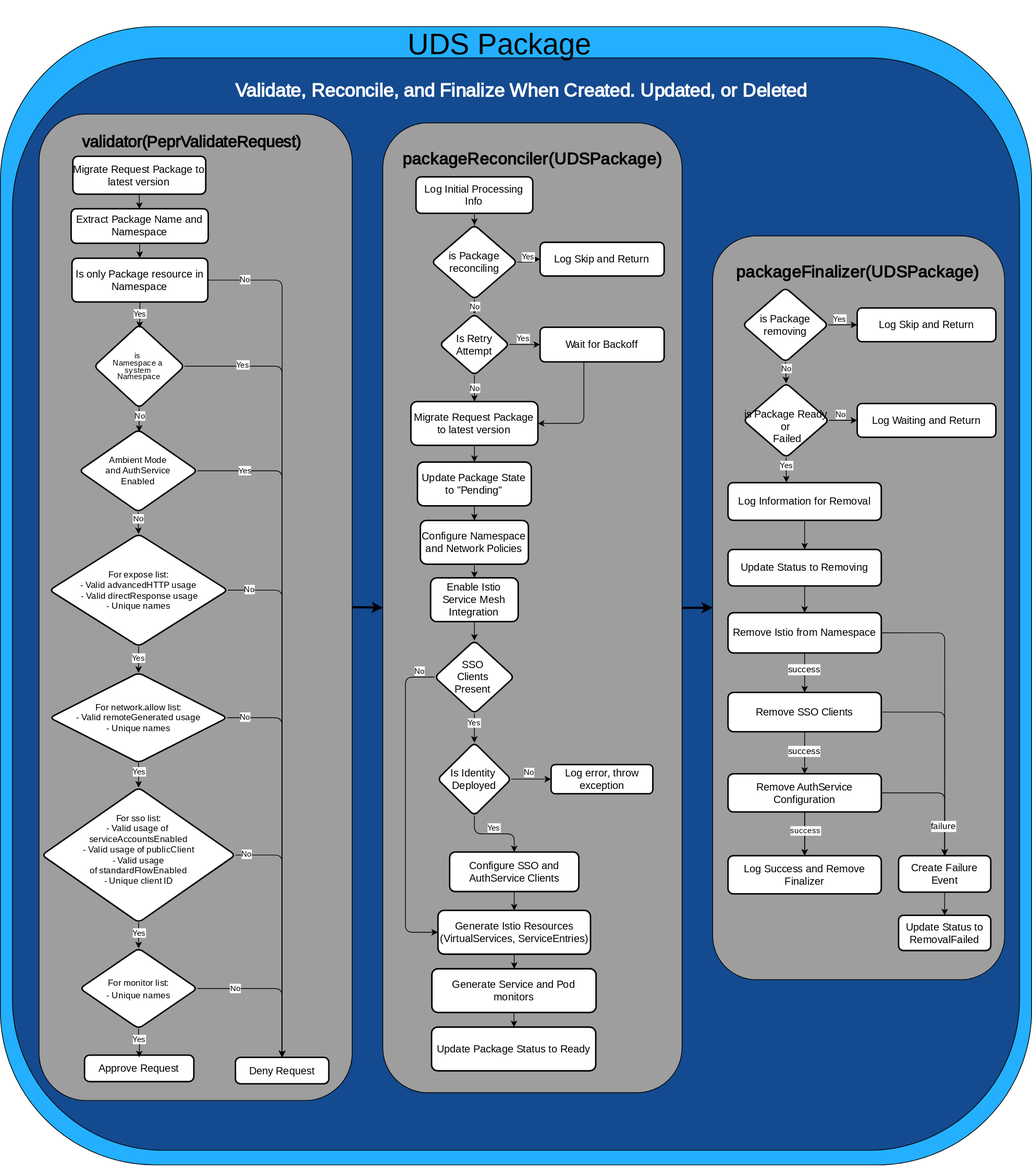
Above: docs/.images/diagrams/uds-core-operator-uds-package.svg in BagelLab/uds-core (draw.io), before the change. Source tidied: cells renumbered, new cells last; positions are measured from the earlier drawing's top-left corner, leaving out a move shared by most shapes.
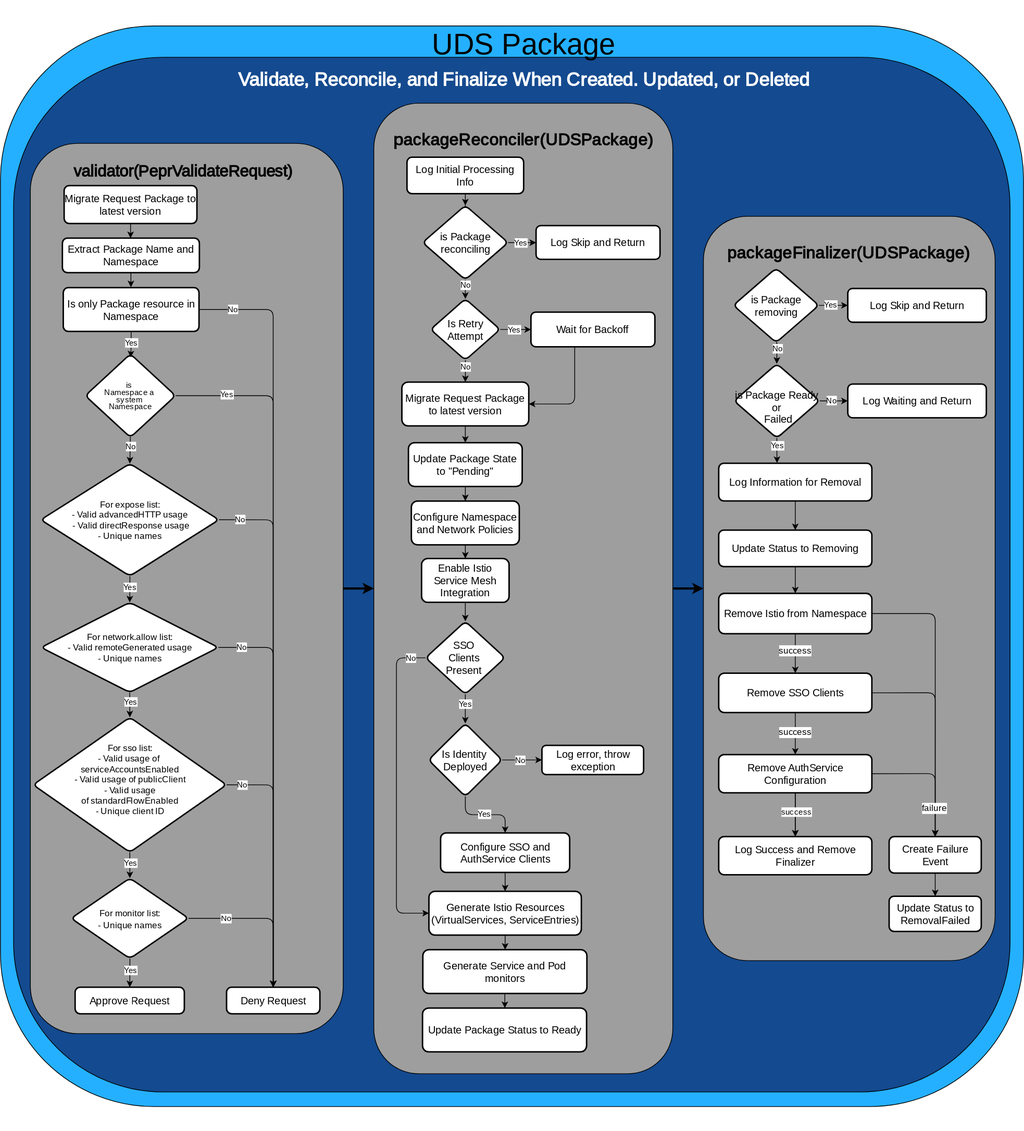
Later version of the same file.

Commit message:
docs: diagram updates for ambient mode, maintainability (#1852)

Change to the diagram source:
```diff
@@ -5,18 +5,18 @@
     <mxCell id="2" style="rounded=1;whiteSpace=wrap;html=1;fontSize=12;glass=0;strokeWidth=1;shadow=0;fillColor=light-dark(#24B0FF,#24B0FF);strokeColor=light-dark(#000000,#000000);fontFamily=Poppins;fontSource=https%3A%2F%2Ffonts.googleapis.com%2Fcss%3Ffamily%3DPoppins;" parent="1" vertex="1">
-      <mxGeometry width="1413" height="1561" as="geometry" />
+      <mxGeometry x="12" width="1403" height="1481" as="geometry" />
     </mxCell>
     <mxCell id="3" style="rounded=1;whiteSpace=wrap;html=1;fontSize=12;glass=0;strokeWidth=1;shadow=0;fillColor=light-dark(#144A8F,#144A8F);strokeColor=light-dark(#000000,#000000);fontFamily=Poppins;fontSource=https%3A%2F%2Ffonts.googleapis.com%2Fcss%3Ffamily%3DPoppins;" parent="1" vertex="1">
-      <mxGeometry x="16.5" y="43" width="1380" height="1498" as="geometry" />
+      <mxGeometry x="30" y="43" width="1366.5" height="1418" as="geometry" />
     </mxCell>
     <mxCell id="4" value="&lt;h1&gt;&lt;font style=&quot;font-size: 40px; font-weight: normal;&quot;&gt;UDS Package&lt;/font&gt;&lt;/h1&gt;" style="text;html=1;align=center;verticalAlign=middle;whiteSpace=wrap;rounded=0;fontColor=light-dark(#000000,#000000);fontFamily=Teko;fontSource=https%3A%2F%2Ffonts.googleapis.com%2Fcss%3Ffamily%3DTeko;fontSize=23;fontStyle=1;" parent="1" vertex="1">
-      <mxGeometry x="553.8" y="7" width="260.3" height="30" as="geometry" />
+      <mxGeometry x="598.8" y="8" width="260.3" height="30" as="geometry" />
     </mxCell>
     <mxCell id="5" value="&lt;b&gt;&lt;font style=&quot;font-size: 26px;&quot;&gt;Validate, Reconcile, and Finalize When Created. Updated, or Deleted&lt;/font&gt;&lt;/b&gt;" style="text;html=1;align=center;verticalAlign=middle;whiteSpace=wrap;rounded=0;fontColor=light-dark(#FFFFFF,#FFFFFF);fontFamily=Poppins;fontSource=https%3A%2F%2Ffonts.googleapis.com%2Fcss%3Ffamily%3DPoppins;" parent="1" vertex="1">
-      <mxGeometry x="249.7" y="73" width="926.6" height="30" as="geometry" />
+      <mxGeometry x="265.7" y="58" width="926.6" height="30" as="geometry" />
     </mxCell>
     <mxCell id="6" style="group;" parent="1" vertex="1">
-      <mxGeometry x="53" y="120" width="429" height="1352.6" as="geometry" />
+      <mxGeometry x="53" y="161" width="429" height="1352.6" as="geometry" />
     </mxCell>
     <mxCell id="7" style="rounded=1;whiteSpace=wrap;html=1;fontSize=12;glass=0;strokeWidth=1;shadow=0;fillColor=light-dark(#9E9E9E,#9E9E9E);strokeColor=light-dark(#000000,#000000);fontColor=light-dark(#000000,#000000);fontFamily=Poppins;fontSource=https%3A%2F%2Ffonts.googleapis.com%2Fcss%3Ffamily%3DPoppins;" parent="6" vertex="1">
-      <mxGeometry width="429" height="1352.6" as="geometry" />
+      <mxGeometry width="429" height="1220" as="geometry" />
     </mxCell>
@@ -44,6 +44,8 @@
     <mxCell id="15" value="&lt;font face=&quot;Poppins&quot;&gt;No&lt;/font&gt;" style="edgeLabel;html=1;align=center;verticalAlign=middle;fontColor=light-dark(#000000,#000000);labelBackgroundColor=light-dark(#FFFFFF,#FFFFFF);" parent="14" vertex="1">
-      <mxGeometry x="-0.91" y="1" relative="1" as="geometry" />
+      <mxGeometry x="-0.91" y="1" relative="1" as="geometry">
+        <mxPoint x="8" as="offset" />
+      </mxGeometry>
     </mxCell>
     <mxCell id="16" value="Approve Request" style="rounded=1;whiteSpace=wrap;html=1;absoluteArcSize=1;arcSize=14;strokeWidth=2;fontColor=light-dark(#000000,#000000);fillColor=light-dark(#FFFFFF,#FFFFFF);strokeColor=light-dark(#000000,#000000);fontSize=14;fontFamily=Poppins;fontSource=https%3A%2F%2Ffonts.googleapis.com%2Fcss%3Ffamily%3DPoppins;" parent="6" vertex="1">
-      <mxGeometry x="62.3" y="1290.4" width="149.8" height="36.4" as="geometry" />
+      <mxGeometry x="61.4" y="1156.4" width="149.8" height="36.4" as="geometry" />
     </mxCell>
@@ -58,3 +60,3 @@
     <mxCell id="19" value="&lt;div&gt;&lt;span style=&quot;background-color: transparent;&quot;&gt;For expose list:&lt;/span&gt;&lt;/div&gt;- Valid advancedHTTP usage&lt;div&gt;&amp;nbsp;-&amp;nbsp;&lt;span style=&quot;background-color: transparent;&quot;&gt;Valid &lt;/span&gt;&lt;span style=&quot;background-color: transparent;&quot;&gt;directResponse usage&lt;/span&gt;&lt;/div&gt;&lt;div&gt;&lt;div&gt;- Unique names&lt;/div&gt;&lt;/div&gt;" style="rhombus;whiteSpace=wrap;html=1;rounded=1;arcSize=14;strokeWidth=2;fontColor=light-dark(#000000,#000000);fillColor=light-dark(#FFFFFF,#FFFFFF);strokeColor=light-dark(#000000,#000000);fontSize=12;fontFamily=Poppins;fontSource=https%3A%2F%2Ffonts.googleapis.com%2Fcss%3Ffamily%3DPoppins;" parent="6" vertex="1">
-      <mxGeometry x="14.2" y="575.8" width="244.5" height="154.2" as="geometry" />
+      <mxGeometry x="14.2" y="438.8" width="244.5" height="154.2" as="geometry" />
     </mxCell>
@@ -75,6 +77,4 @@
     </mxCell>
-    <mxCell id="25" style="edgeStyle=orthogonalEdgeStyle;rounded=1;jettySize=auto;html=1;entryX=0.5;entryY=0;entryDx=0;entryDy=0;strokeColor=light-dark(#000000,#000000);fontColor=light-dark(#000000,#000000);labelBackgroundColor=light-dark(#FFFFFF,#FFFFFF);fontFamily=Poppins;fontSource=https%3A%2F%2Ffonts.googleapis.com%2Fcss%3Ffamily%3DPoppins;curved=0;" parent="6" edge="1" source="27">
-      <mxGeometry relative="1" as="geometry">
-        <mxPoint x="137.2" y="1293.4" as="targetPoint" />
-      </mxGeometry>
+    <mxCell id="25" style="edgeStyle=orthogonalEdgeStyle;rounded=1;jettySize=auto;html=1;strokeColor=light-dark(#000000,#000000);fontColor=light-dark(#000000,#000000);labelBackgroundColor=light-dark(#FFFFFF,#FFFFFF);fontFamily=Poppins;fontSource=https%3A%2F%2Ffonts.googleapis.com%2Fcss%3Ffamily%3DPoppins;curved=0;entryX=0.5;entryY=0;entryDx=0;entryDy=0;" parent="6" edge="1" source="27" target="16">
+      <mxGeometry relative="1" as="geometry" />
     </mxCell>
@@ -86,3 +86,3 @@
     <mxCell id="27" value="&lt;font style=&quot;font-size: 12px; font-weight: normal;&quot;&gt;For monitor list:&lt;/font&gt;&lt;div&gt;&lt;font style=&quot;font-size: 12px; font-weight: normal;&quot;&gt;- Unique names&lt;/font&gt;&lt;/div&gt;" style="rhombus;whiteSpace=wrap;html=1;rounded=1;arcSize=14;strokeWidth=2;fontStyle=1;fontColor=light-dark(#000000,#000000);fillColor=light-dark(#FFFFFF,#FFFFFF);strokeColor=light-dark(#000000,#000000);fontSize=14;fontFamily=Poppins;fontSource=https%3A%2F%2Ffonts.googleapis.com%2Fcss%3Ffamily%3DPoppins;" parent="6" vertex="1">
-      <mxGeometry x="55.9" y="1144" width="161.1" height="110.2" as="geometry" />
+      <mxGeometry x="55.9" y="1007" width="161.1" height="110.2" as="geometry" />
     </mxCell>
@@ -97,6 +97,6 @@
     <mxCell id="30" value="&lt;div&gt;&lt;span style=&quot;background-color: transparent;&quot;&gt;For network.allow list:&lt;/span&gt;&lt;/div&gt;&lt;div&gt;&lt;span style=&quot;background-color: transparent;&quot;&gt;- Valid remoteGenerated usage&lt;/span&gt;&lt;/div&gt;&lt;div&gt;- Unique names&lt;/div&gt;" style="rhombus;whiteSpace=wrap;html=1;rounded=1;arcSize=14;strokeWidth=2;fontColor=light-dark(#000000,#000000);fillColor=light-dark(#FFFFFF,#FFFFFF);strokeColor=light-dark(#000000,#000000);fontSize=12;fontFamily=Poppins;fontSource=https%3A%2F%2Ffonts.googleapis.com%2Fcss%3Ffamily%3DPoppins;" parent="6" vertex="1">
-      <mxGeometry x="14.7" y="766.1" width="243.2" height="123.3" as="geometry" />
+      <mxGeometry x="14.7" y="629.1" width="243.2" height="123.3" as="geometry" />
     </mxCell>
     <mxCell id="31" value="&lt;div style=&quot;&quot;&gt;&lt;font style=&quot;line-height: 80%;&quot;&gt;For sso list:&lt;/font&gt;&lt;/div&gt;&lt;div style=&quot;&quot;&gt;&lt;font style=&quot;background-color: transparent; line-height: 80%;&quot;&gt;- Valid usage of&amp;nbsp;&lt;/font&gt;&lt;/div&gt;&lt;div style=&quot;&quot;&gt;&lt;span style=&quot;background-color: transparent;&quot;&gt;serviceAccountsEnabled&lt;/span&gt;&lt;/div&gt;&lt;div style=&quot;&quot;&gt;&lt;span style=&quot;background-color: transparent;&quot;&gt;- Valid usage of publicClient&lt;/span&gt;&lt;/div&gt;&lt;div&gt;&lt;div style=&quot;&quot;&gt;&lt;span style=&quot;background-color: transparent;&quot;&gt;- Valid usage&lt;/span&gt;&lt;/div&gt;&lt;span style=&quot;background-color: transparent;&quot;&gt;&lt;div style=&quot;&quot;&gt;&lt;span style=&quot;background-color: transparent;&quot;&gt;of&lt;/span&gt;&lt;span style=&quot;background-color: transparent;&quot;&gt;&amp;nbsp;standardFlowEnabled&lt;/span&gt;&lt;/div&gt;&lt;/span&gt;&lt;/div&gt;&lt;div&gt;&lt;div style=&quot;&quot;&gt;&lt;font style=&quot;line-height: 9.6px;&quot;&gt;- Unique client ID&lt;/font&gt;&lt;/div&gt;&lt;/div&gt;&lt;div style=&quot;&quot;&gt;&lt;font style=&quot;line-height: 9.6px;&quot;&gt;&lt;br&gt;&lt;/font&gt;&lt;/div&gt;" style="rhombus;whiteSpace=wrap;html=1;rounded=1;arcSize=14;strokeWidth=2;fontColor=light-dark(#000000,#000000);fillColor=light-dark(#FFFFFF,#FFFFFF);strokeColor=light-dark(#000000,#000000);fontSize=12;fontFamily=Poppins;fontSource=https%3A%2F%2Ffonts.googleapis.com%2Fcss%3Ffamily%3DPoppins;" parent="6" vertex="1">
-      <mxGeometry x="3.8" y="923.6" width="265.3" height="185" as="geometry" />
+      <mxGeometry x="3.8" y="786.6" width="265.3" height="185" as="geometry" />
     </mxCell>
@@ -107,3 +107,3 @@
       <mxGeometry x="-0.84" y="2" relative="1" as="geometry">
-        <mxPoint x="-13" as="offset" />
+        <mxPoint x="-7" y="1" as="offset" />
       </mxGeometry>
@@ -119,3 +119,3 @@
     <mxCell id="36" value="Deny Request" style="rounded=1;whiteSpace=wrap;html=1;absoluteArcSize=1;arcSize=14;strokeWidth=2;fontColor=light-dark(#000000,#000000);fillColor=light-dark(#FFFFFF,#FFFFFF);strokeColor=light-dark(#000000,#000000);fontSize=14;fontFamily=Poppins;fontSource=https%3A%2F%2Ffonts.googleapis.com%2Fcss%3Ffamily%3DPoppins;" parent="6" vertex="1">
-      <mxGeometry x="269.1" y="1293.4" width="128" height="36.4" as="geometry" />
+      <mxGeometry x="269.1" y="1156.4" width="128" height="36.4" as="geometry" />
     </mxCell>
@@ -133,6 +133,5 @@
     </mxCell>
-    <mxCell id="41" style="edgeStyle=orthogonalEdgeStyle;rounded=1;orthogonalLoop=1;jettySize=auto;html=1;entryX=0.503;entryY=0.031;entryDx=0;entryDy=0;entryPerimeter=0;strokeColor=light-dark(#000000,#000000);curved=0;" parent="6" edge="1">
+    <mxCell id="41" style="edgeStyle=orthogonalEdgeStyle;rounded=1;jettySize=auto;html=1;entryX=0.5;entryY=0;entryDx=0;entryDy=0;strokeColor=light-dark(#000000,#000000);curved=0;" parent="6" edge="1" target="19">
       <mxGeometry relative="1" as="geometry">
         <mxPoint x="137.1" y="401.9" as="sourcePoint" />
-        <mxPoint x="137.2" y="435.5" as="targetPoint" />
       </mxGeometry>
@@ -152,21 +151,4 @@
     </mxCell>
-    <mxCell id="45" style="edgeStyle=orthogonalEdgeStyle;rounded=0;jettySize=auto;html=1;entryX=0.5;entryY=0;entryDx=0;entryDy=0;strokeColor=light-dark(#000000,#000000);" parent="6" edge="1" source="49" target="19">
-      <mxGeometry relative="1" as="geometry" />
-    </mxCell>
-    <mxCell id="46" value="No" style="edgeLabel;html=1;align=center;verticalAlign=middle;fontColor=light-dark(#000000,#000000);labelBackgroundColor=light-dark(#FFFFFF,#FFFFFF);" parent="45" vertex="1">
-      <mxGeometry x="-0.48" y="-1" relative="1" as="geometry" />
-    </mxCell>
-    <mxCell id="47" style="edgeStyle=orthogonalEdgeStyle;rounded=1;jettySize=auto;html=1;exitX=1;exitY=0.5;exitDx=0;exitDy=0;entryX=0.5;entryY=0;entryDx=0;entryDy=0;curved=0;fontColor=#000000;strokeColor=light-dark(#000000,#000000);" parent="6" edge="1" source="49" target="36">
-      <mxGeometry relative="1" as="geometry" />
-    </mxCell>
-    <mxCell id="48" value="Yes" style="edgeLabel;html=1;align=center;verticalAlign=middle;fontColor=light-dark(#000000,#000000);labelBackgroundColor=light-dark(#FFFFFF,#FFFFFF);" parent="47" vertex="1">
-      <mxGeometry x="-0.85" y="1" relative="1" as="geometry">
-        <mxPoint x="-5" as="offset" />
-      </mxGeometry>
-    </mxCell>
-    <mxCell id="49" value="Ambient Mode&lt;div&gt;and AuthService&lt;/div&gt;&lt;div&gt;Enabled&lt;/div&gt;" style="rhombus;whiteSpace=wrap;html=1;rounded=1;arcSize=14;strokeWidth=2;fontColor=light-dark(#000000,#000000);fillColor=light-dark(#FFFFFF,#FFFFFF);strokeColor=light-dark(#000000,#000000);fontSize=12;fontFamily=Poppins;fontSource=https%3A%2F%2Ffonts.googleapis.com%2Fcss%3Ffamily%3DPoppins;" parent="6" vertex="1">
-      <mxGeometry x="55" y="432.6" width="162" height="113" as="geometry" />
-    </mxCell>
     <mxCell id="50" style="group;" parent="1" vertex="1">
-      <mxGeometry x="524" y="132" width="410" height="1330" as="geometry" />
+      <mxGeometry x="524" y="106" width="410" height="1330" as="geometry" />
     </mxCell>
@@ -189,3 +171,3 @@
       <mxGeometry x="-0.41" y="2" relative="1" as="geometry">
-        <mxPoint x="4" y="-6" as="offset" />
+        <mxPoint x="4" y="1" as="offset" />
       </mxGeometry>
@@ -197,3 +179,3 @@
       <mxGeometry x="0.4" relative="1" as="geometry">
-        <mxPoint y="-4" as="offset" />
+        <mxPoint x="-1" y="-11" as="offset" />
       </mxGeometry>
@@ -204,3 +186,3 @@
     <mxCell id="60" value="Log Skip and Return" style="whiteSpace=wrap;html=1;rounded=1;arcSize=14;strokeWidth=2;fillColor=light-dark(#FFFFFF,#FFFFFF);strokeColor=light-dark(#000000,#000000);fontColor=light-dark(#000000,#000000);fontSize=14;fontFamily=Poppins;fontSource=https%3A%2F%2Ffonts.googleapis.com%2Fcss%3Ffamily%3DPoppins;" parent="50" vertex="1">
-      <mxGeometry x="215.5" y="163.8" width="170" height="46.2" as="geometry" />
+      <mxGeometry x="222.5" y="167.8" width="170" height="46.2" as="geometry" />
     </mxCell>
@@ -210,5 +192,3 @@
     <mxCell id="62" value="Yes" style="edgeLabel;html=1;align=center;verticalAlign=middle;fontColor=light-dark(#000000,#000000);labelBackgroundColor=light-dark(#FFFFFF,#FFFFFF);fontFamily=Poppins;fontSource=https%3A%2F%2Ffonts.googleapis.com%2Fcss%3Ffamily%3DPoppins;" parent="61" vertex="1">
-      <mxGeometry x="-0.16" y="1" relative="1" as="geometry">
-        <mxPoint y="-7" as="offset" />
-      </mxGeometry>
+      <mxGeometry x="-0.16" y="1" relative="1" as="geometry" />
     </mxCell>
@@ -219,3 +199,3 @@
       <mxGeometry x="0.34" y="-3" relative="1" as="geometry">
-        <mxPoint x="3" y="-7" as="offset" />
+        <mxPoint x="2" y="-11" as="offset" />
       </mxGeometry>
@@ -223,3 +203,3 @@
     <mxCell id="65" value="Is Retry Attempt" style="rhombus;whiteSpace=wrap;html=1;rounded=1;arcSize=14;strokeWidth=2;fillColor=light-dark(#FFFFFF,#FFFFFF);strokeColor=light-dark(#000000,#000000);fontColor=light-dark(#000000,#000000);fontSize=14;fontFamily=Poppins;fontSource=https%3A%2F%2Ffonts.googleapis.com%2Fcss%3Ffamily%3DPoppins;" parent="50" vertex="1">
-      <mxGeometry x="77.8" y="262" width="95.5" height="84" as="geometry" />
+      <mxGeometry x="77.8" y="268" width="95.5" height="84" as="geometry" />
     </mxCell>
@@ -233,3 +213,3 @@
     <mxCell id="67" value="Wait for Backoff" style="whiteSpace=wrap;html=1;rounded=1;arcSize=14;strokeWidth=2;fillColor=light-dark(#FFFFFF,#FFFFFF);strokeColor=light-dark(#000000,#000000);fontColor=light-dark(#000000,#000000);fontSize=14;fontFamily=Poppins;fontSource=https%3A%2F%2Ffonts.googleapis.com%2Fcss%3Ffamily%3DPoppins;" parent="50" vertex="1">
-      <mxGeometry x="215.5" y="280.2" width="170" height="47.5" as="geometry" />
+      <mxGeometry x="215.5" y="286.2" width="170" height="47.5" as="geometry" />
     </mxCell>
@@ -275,3 +255,3 @@
       <mxGeometry x="-0.83" y="-1" relative="1" as="geometry">
-        <mxPoint x="15" y="-8" as="offset" />
+        <mxPoint x="16" as="offset" />
       </mxGeometry>
@@ -307,3 +287,3 @@
       <mxGeometry x="-0.3" relative="1" as="geometry">
-        <mxPoint x="14" y="-9" as="offset" />
+        <mxPoint x="14" y="-2" as="offset" />
       </mxGeometry>
@@ -321,3 +301,3 @@
       <mxGeometry x="-0.06" relative="1" as="geometry">
-        <mxPoint x="-2" y="-10" as="offset" />
+        <mxPoint x="-2" y="-1" as="offset" />
       </mxGeometry>
@@ -325,3 +305,3 @@
     <mxCell id="94" style="group;" parent="1" vertex="1">
-      <mxGeometry x="976" y="287" width="400" height="1020" as="geometry" />
+      <mxGeometry x="976" y="261" width="400" height="1020" as="geometry" />
     </mxCell>
@@ -379,3 +359,3 @@
       <mxGeometry x="-0.41" y="2" relative="1" as="geometry">
-        <mxPoint x="4" y="-6" as="offset" />
+        <mxPoint x="3" y="1" as="offset" />
       </mxGeometry>
@@ -416,3 +396,3 @@
       <mxGeometry x="-0.41" y="2" relative="1" as="geometry">
-        <mxPoint x="4" y="-6" as="offset" />
+        <mxPoint x="4" y="1" as="offset" />
       </mxGeometry>
```
